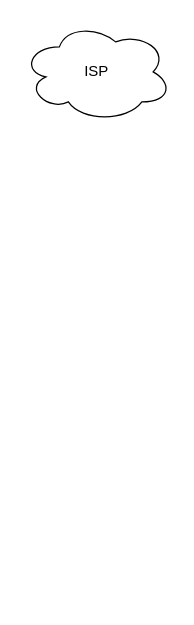
Before: Networkplan.drawio in Sandroexe/Homelab, a draw.io diagram. Source tidied: cells renumbered, new cells numbered last; positions are measured from the earlier drawing's top-left corner, leaving out a move shared by most shapes. Both pictures are drawn from the tidied source at 125%, with x=0, y=0 at pixel (21, 21).
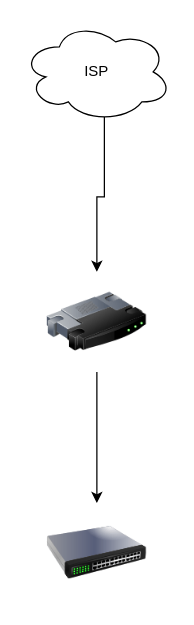
The same diagram, later.

Diff of the diagram source:
```diff
@@
 <mxGraphModel>
   <root>
     <mxCell id="0" />
     <mxCell id="1" parent="0" />
+    <mxCell id="3" style="edgeStyle=orthogonalEdgeStyle;rounded=0;jettySize=auto;html=1;exitX=0.55;exitY=0.95;exitDx=0;exitDy=0;exitPerimeter=0;" parent="1" edge="1" source="2" target="5">
+      <mxGeometry relative="1" as="geometry" />
+    </mxCell>
     <mxCell id="2" value="ISP" style="ellipse;shape=cloud;whiteSpace=wrap;html=1;" parent="1" vertex="1">
       <mxGeometry width="120" height="80" as="geometry" />
     </mxCell>
+    <mxCell id="4" style="edgeStyle=orthogonalEdgeStyle;rounded=0;jettySize=auto;html=1;" parent="1" edge="1" source="5" target="6">
+      <mxGeometry relative="1" as="geometry" />
+    </mxCell>
+    <mxCell id="5" style="image;html=1;image=img/lib/clip_art/networking/Router_128x128.png;" parent="1" vertex="1">
+      <mxGeometry x="20" y="200" width="80" height="80" as="geometry" />
+    </mxCell>
+    <mxCell id="6" style="image;html=1;image=img/lib/clip_art/networking/Switch_128x128.png;" parent="1" vertex="1">
+      <mxGeometry x="20" y="385" width="80" height="80" as="geometry" />
+    </mxCell>
   </root>
 </mxGraphModel>
```
